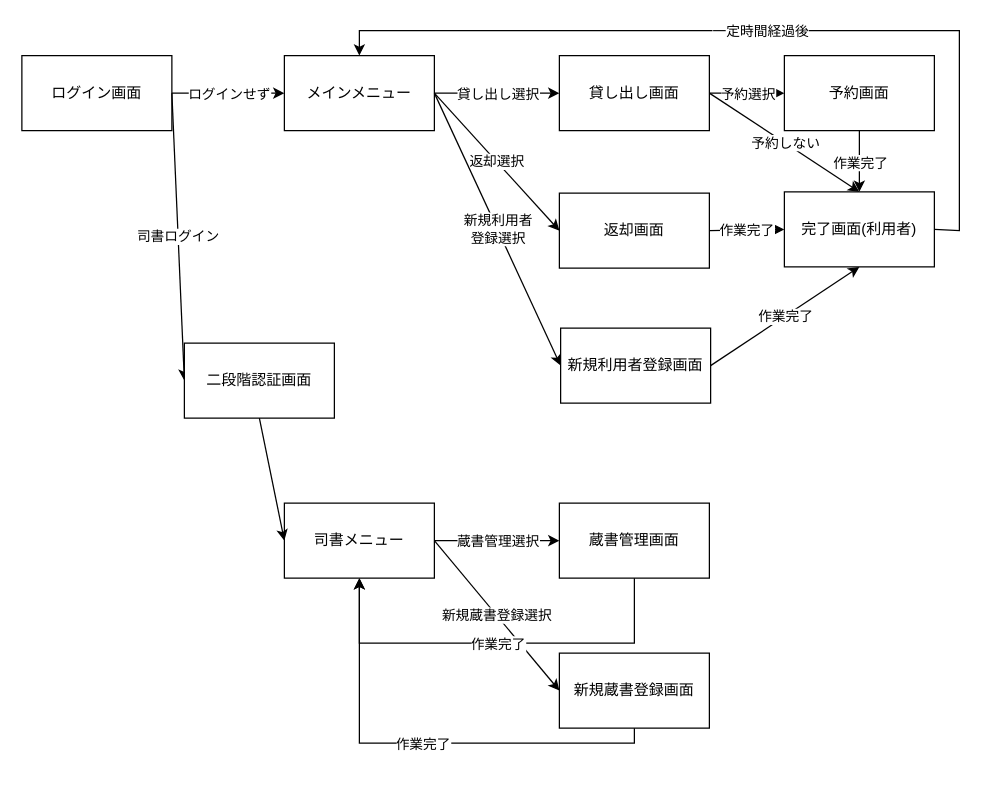
The draw.io diagram 画面遷移/libiaiy_画面遷移図.drawio in lc-lor-lcb/liblary, before the edit. Source tidied: cells renumbered, new cells numbered last; positions are measured from the earlier drawing's top-left corner, leaving out a move shared by most shapes. Both pictures are drawn from the tidied source at 125%, with x=0, y=0 at pixel (21, 30).
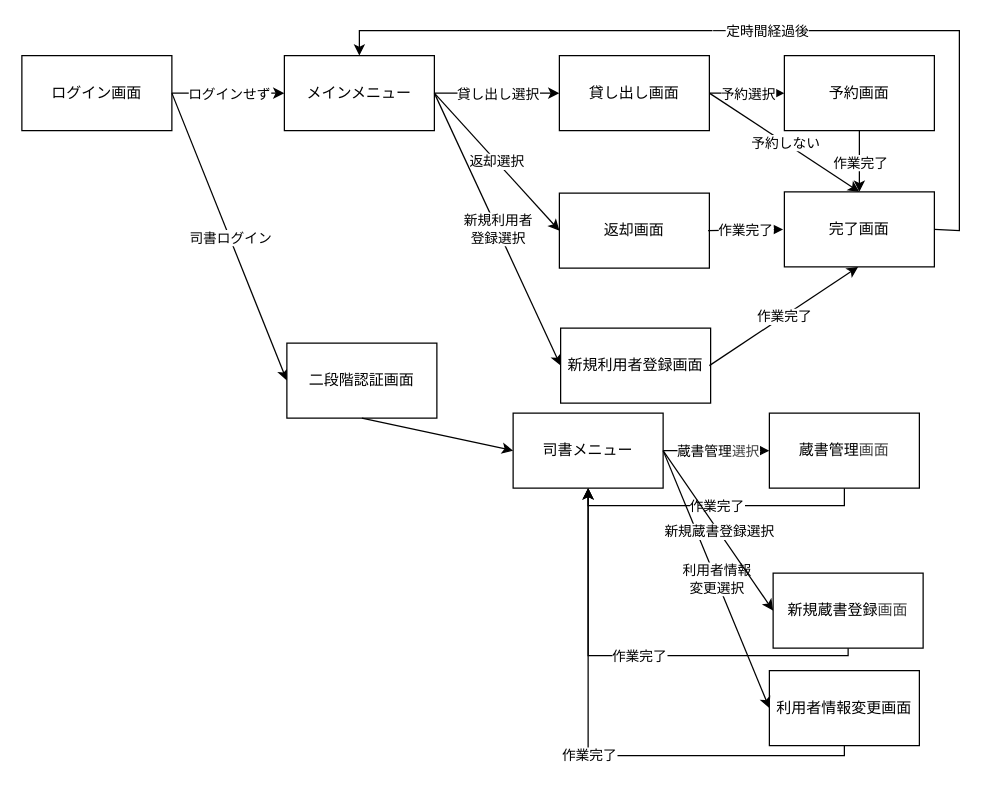
The same page after the edit.

The change refers to these unchanged cells:
```xml
<mxCell id="8" value="返却画面" style="rounded=0;whiteSpace=wrap;html=1;" parent="1" vertex="1">
  <mxGeometry x="430" y="130" width="120" height="60" as="geometry" />
</mxCell>
<mxCell id="9" value="新規利用者登録画面" style="rounded=0;whiteSpace=wrap;html=1;" parent="1" vertex="1">
  <mxGeometry x="431" y="238" width="120" height="60" as="geometry" />
</mxCell>
<mxCell id="13" style="endArrow=classic;html=1;rounded=0;entryX=0;entryY=0.5;entryDx=0;entryDy=0;exitX=1;exitY=0.5;exitDx=0;exitDy=0;" parent="1" edge="1" source="4" target="6">
  <mxGeometry relative="1" as="geometry" />
</mxCell>
```

What changed in the source:
```diff
@@
     <mxCell id="4" value="司書メニュー" style="rounded=0;whiteSpace=wrap;html=1;" parent="1" vertex="1">
-      <mxGeometry x="210" y="378" width="120" height="60" as="geometry" />
+      <mxGeometry x="393" y="306" width="120" height="60" as="geometry" />
     </mxCell>
@@
-    <mxCell id="6" value="蔵書管理画面" style="rounded=0;whiteSpace=wrap;html=1;" parent="1" vertex="1">
-      <mxGeometry x="430" y="378" width="120" height="60" as="geometry" />
+    <mxCell id="6" value="蔵書管理&lt;span style=&quot;color: rgb(63, 63, 63); background-color: transparent;&quot;&gt;画面&lt;/span&gt;" style="rounded=0;whiteSpace=wrap;html=1;" parent="1" vertex="1">
+      <mxGeometry x="598" y="306" width="120" height="60" as="geometry" />
     </mxCell>
-    <mxCell id="7" value="新規蔵書登録画面" style="rounded=0;whiteSpace=wrap;html=1;" parent="1" vertex="1">
-      <mxGeometry x="430" y="498" width="120" height="60" as="geometry" />
-    </mxCell>
@@
-    <mxCell id="14" value="蔵書管理選択" style="edgeLabel;html=1;align=center;verticalAlign=middle;" parent="13" vertex="1">
+    <mxCell id="14" value="蔵書管理&lt;span style=&quot;color: rgb(63, 63, 63); background-color: light-dark(#ffffff, var(--ge-dark-color, #121212));&quot;&gt;選択&lt;/span&gt;" style="edgeLabel;html=1;align=center;verticalAlign=middle;" parent="13" vertex="1">
       <mxGeometry relative="1" as="geometry" />
     </mxCell>
@@
-    <mxCell id="17" style="endArrow=classic;html=1;rounded=0;entryX=0;entryY=0.5;entryDx=0;entryDy=0;exitX=1;exitY=0.5;exitDx=0;exitDy=0;" parent="1" edge="1" source="4" target="7">
-      <mxGeometry relative="1" as="geometry" />
-    </mxCell>
-    <mxCell id="18" value="新規蔵書登録選択" style="edgeLabel;html=1;align=center;verticalAlign=middle;" parent="17" vertex="1">
-      <mxGeometry relative="1" as="geometry" />
-    </mxCell>
@@
     <mxCell id="31" value="二段階認証画面" style="rounded=0;whiteSpace=wrap;html=1;" parent="1" vertex="1">
-      <mxGeometry x="130" y="250" width="120" height="60" as="geometry" />
+      <mxGeometry x="212" y="250" width="120" height="60" as="geometry" />
     </mxCell>
@@
-    <mxCell id="33" value="完了画面(利用者)" style="rounded=0;whiteSpace=wrap;html=1;" parent="1" vertex="1">
+    <mxCell id="33" value="完了画面" style="rounded=0;whiteSpace=wrap;html=1;" parent="1" vertex="1">
       <mxGeometry x="610" y="129" width="120" height="60" as="geometry" />
     </mxCell>
-    <mxCell id="34" style="endArrow=classic;html=1;rounded=0;exitX=1;exitY=0.5;exitDx=0;exitDy=0;entryX=0;entryY=0.5;entryDx=0;entryDy=0;" parent="1" edge="1" source="8" target="33">
-      <mxGeometry relative="1" as="geometry" />
+    <mxCell id="34" style="endArrow=classic;html=1;rounded=0;exitX=1;exitY=0.5;exitDx=0;exitDy=0;entryX=0;entryY=0.5;entryDx=0;entryDy=0;" parent="1" edge="1">
+      <mxGeometry relative="1" as="geometry">
+        <mxPoint x="549" y="160" as="sourcePoint" />
+        <mxPoint x="609" y="159" as="targetPoint" />
+      </mxGeometry>
     </mxCell>
@@
-    <mxCell id="36" style="endArrow=classic;html=1;rounded=0;exitX=1;exitY=0.5;exitDx=0;exitDy=0;entryX=0.5;entryY=1;entryDx=0;entryDy=0;" parent="1" edge="1" source="9" target="33">
-      <mxGeometry relative="1" as="geometry" />
+    <mxCell id="36" style="endArrow=classic;html=1;rounded=0;exitX=1;exitY=0.5;exitDx=0;exitDy=0;entryX=0.5;entryY=1;entryDx=0;entryDy=0;" parent="1" edge="1">
+      <mxGeometry relative="1" as="geometry">
+        <mxPoint x="550" y="268" as="sourcePoint" />
+        <mxPoint x="669" y="189" as="targetPoint" />
+      </mxGeometry>
     </mxCell>
@@
-    <mxCell id="40" style="endArrow=classic;html=1;rounded=0;exitX=0.5;exitY=1;exitDx=0;exitDy=0;entryX=0.5;entryY=1;entryDx=0;entryDy=0;" parent="1" edge="1" source="6" target="4">
+    <mxCell id="40" style="endArrow=classic;html=1;rounded=0;entryX=0.5;entryY=1;entryDx=0;entryDy=0;exitX=0.5;exitY=1;exitDx=0;exitDy=0;" parent="1" edge="1" source="6" target="4">
       <mxGeometry relative="1" as="geometry">
         <Array as="points">
-          <mxPoint x="490" y="490" />
-          <mxPoint x="270" y="490" />
+          <mxPoint x="658" y="380" />
+          <mxPoint x="453" y="380" />
         </Array>
       </mxGeometry>
     </mxCell>
@@
-    <mxCell id="43" style="endArrow=classic;html=1;rounded=0;exitX=0.5;exitY=1;exitDx=0;exitDy=0;entryX=0.5;entryY=1;entryDx=0;entryDy=0;" parent="1" edge="1" source="7" target="4">
-      <mxGeometry relative="1" as="geometry">
-        <Array as="points">
-          <mxPoint x="490" y="570" />
-          <mxPoint x="270" y="570" />
-        </Array>
-      </mxGeometry>
-    </mxCell>
-    <mxCell id="44" value="作業完了" style="edgeLabel;html=1;align=center;verticalAlign=middle;" parent="43" vertex="1">
-      <mxGeometry relative="1" as="geometry" />
-    </mxCell>
+    <mxCell id="45" value="利用者情報変更画面" style="rounded=0;whiteSpace=wrap;html=1;" parent="1" vertex="1">
+      <mxGeometry x="598" y="512" width="120" height="60" as="geometry" />
+    </mxCell>
+    <mxCell id="46" style="endArrow=classic;html=1;rounded=0;exitX=0.5;exitY=1;exitDx=0;exitDy=0;entryX=0.5;entryY=1;entryDx=0;entryDy=0;" parent="1" edge="1" source="45" target="4">
+      <mxGeometry relative="1" as="geometry">
+        <Array as="points">
+          <mxPoint x="658" y="580" />
+          <mxPoint x="453" y="580" />
+        </Array>
+      </mxGeometry>
+    </mxCell>
+    <mxCell id="47" value="作業完了" style="edgeLabel;html=1;align=center;verticalAlign=middle;" parent="46" vertex="1">
+      <mxGeometry relative="1" as="geometry" />
+    </mxCell>
+    <mxCell id="48" style="endArrow=classic;html=1;rounded=0;entryX=0;entryY=0.5;entryDx=0;entryDy=0;exitX=1;exitY=0.5;exitDx=0;exitDy=0;" parent="1" edge="1" source="4" target="45">
+      <mxGeometry relative="1" as="geometry" />
+    </mxCell>
+    <mxCell id="49" value="利用者情報&lt;br&gt;変更選択" style="edgeLabel;html=1;align=center;verticalAlign=middle;" parent="48" vertex="1">
+      <mxGeometry relative="1" as="geometry" />
+    </mxCell>
+    <mxCell id="50" value="新規蔵書登録&lt;span style=&quot;color: rgb(63, 63, 63); background-color: transparent;&quot;&gt;画面&lt;/span&gt;" style="rounded=0;whiteSpace=wrap;html=1;" parent="1" vertex="1">
+      <mxGeometry x="601" y="434" width="120" height="60" as="geometry" />
+    </mxCell>
+    <mxCell id="51" style="endArrow=classic;html=1;rounded=0;exitX=0.5;exitY=1;exitDx=0;exitDy=0;entryX=0.5;entryY=1;entryDx=0;entryDy=0;" parent="1" edge="1" source="50" target="4">
+      <mxGeometry relative="1" as="geometry">
+        <Array as="points">
+          <mxPoint x="661" y="500" />
+          <mxPoint x="453" y="500" />
+        </Array>
+      </mxGeometry>
+    </mxCell>
+    <mxCell id="52" value="作業完了" style="edgeLabel;html=1;align=center;verticalAlign=middle;" parent="51" vertex="1">
+      <mxGeometry relative="1" as="geometry" />
+    </mxCell>
+    <mxCell id="53" style="endArrow=classic;html=1;rounded=0;entryX=0;entryY=0.5;entryDx=0;entryDy=0;exitX=1;exitY=0.5;exitDx=0;exitDy=0;" parent="1" edge="1" source="4" target="50">
+      <mxGeometry relative="1" as="geometry" />
+    </mxCell>
+    <mxCell id="18" value="新規蔵書登録選択" style="edgeLabel;html=1;align=center;verticalAlign=middle;" parent="53" vertex="1">
+      <mxGeometry relative="1" as="geometry" />
+    </mxCell>
```
